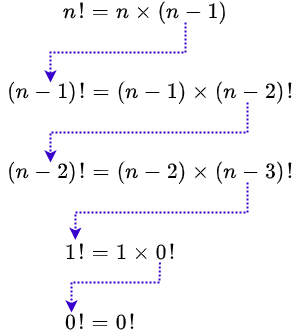
Earlier version of the draw.io export fig/再帰.png (jkushida/prog2). Source tidied: cells renumbered, new cells last; positions are measured from the earlier drawing's top-left corner, leaving out a move shared by most shapes. Source of this version:
```xml
<mxGraphModel math="1">
  <root>
    <mxCell id="0" />
    <mxCell id="1" parent="0" />
    <mxCell id="2" value="`n! = n \times (n-1)`" style="text;html=1;strokeColor=none;fillColor=none;align=center;verticalAlign=middle;whiteSpace=wrap;rounded=0;fontSize=18;" parent="1" vertex="1">
      <mxGeometry x="65" width="160" height="20" as="geometry" />
    </mxCell>
    <mxCell id="3" value="`(n-1)! = (n-1) \times (n-2)!`" style="text;html=1;strokeColor=none;fillColor=none;align=center;verticalAlign=middle;whiteSpace=wrap;rounded=0;fontSize=18;" parent="1" vertex="1">
      <mxGeometry x="50" y="80" width="200" height="20" as="geometry" />
    </mxCell>
    <mxCell id="4" value="`(n-2)! = (n-2) \times (n-3)!`" style="text;html=1;strokeColor=none;fillColor=none;align=center;verticalAlign=middle;whiteSpace=wrap;rounded=0;fontSize=18;" parent="1" vertex="1">
      <mxGeometry x="50" y="160" width="200" height="20" as="geometry" />
    </mxCell>
    <mxCell id="5" value="`1! = 1 \times 0&lt;br&gt;!`" style="text;html=1;strokeColor=none;fillColor=none;align=center;verticalAlign=middle;whiteSpace=wrap;rounded=0;fontSize=18;" parent="1" vertex="1">
      <mxGeometry x="20" y="240" width="200" height="20" as="geometry" />
    </mxCell>
    <mxCell id="6" value="`0! = 0&lt;br&gt;!`" style="text;html=1;strokeColor=none;fillColor=none;align=center;verticalAlign=middle;whiteSpace=wrap;rounded=0;fontSize=18;" parent="1" vertex="1">
      <mxGeometry y="310" width="200" height="20" as="geometry" />
    </mxCell>
    <mxCell id="7" style="endArrow=classic;html=1;fontSize=18;fontColor=#000000;exitX=0.75;exitY=1;exitDx=0;exitDy=0;entryX=0;entryY=0;entryDx=0;entryDy=0;rounded=0;fillColor=#6a00ff;strokeColor=#3700CC;strokeWidth=2;dashed=1;dashPattern=1 1;" parent="1" edge="1" source="2" target="3">
      <mxGeometry relative="1" as="geometry">
        <Array as="points">
          <mxPoint x="185" y="50" />
          <mxPoint x="50" y="50" />
        </Array>
      </mxGeometry>
    </mxCell>
    <mxCell id="8" style="endArrow=classic;html=1;fontSize=18;fontColor=#000000;entryX=0;entryY=0;entryDx=0;entryDy=0;rounded=0;fillColor=#6a00ff;strokeColor=#3700CC;strokeWidth=2;dashed=1;dashPattern=1 1;" parent="1" edge="1" target="4">
      <mxGeometry relative="1" as="geometry">
        <mxPoint x="247" y="100" as="sourcePoint" />
        <Array as="points">
          <mxPoint x="247" y="130" />
          <mxPoint x="50" y="130" />
        </Array>
      </mxGeometry>
    </mxCell>
    <mxCell id="9" style="endArrow=classic;html=1;fontSize=18;fontColor=#000000;entryX=0.274;entryY=-0.134;entryDx=0;entryDy=0;rounded=0;fillColor=#6a00ff;strokeColor=#3700CC;strokeWidth=2;dashed=1;dashPattern=1 1;entryPerimeter=0;" parent="1" edge="1" target="5">
      <mxGeometry relative="1" as="geometry">
        <mxPoint x="247" y="180" as="sourcePoint" />
        <Array as="points">
          <mxPoint x="247" y="210" />
          <mxPoint x="75" y="210" />
        </Array>
      </mxGeometry>
    </mxCell>
    <mxCell id="10" style="endArrow=classic;html=1;fontSize=18;fontColor=#000000;exitX=0.692;exitY=1.003;exitDx=0;exitDy=0;rounded=0;fillColor=#6a00ff;strokeColor=#3700CC;strokeWidth=2;dashed=1;dashPattern=1 1;exitPerimeter=0;" parent="1" edge="1">
      <mxGeometry relative="1" as="geometry">
        <mxPoint x="159.4" y="260.1" as="sourcePoint" />
        <mxPoint x="71" y="310" as="targetPoint" />
        <Array as="points">
          <mxPoint x="159" y="280" />
          <mxPoint x="71" y="280" />
        </Array>
      </mxGeometry>
    </mxCell>
  </root>
</mxGraphModel>
```
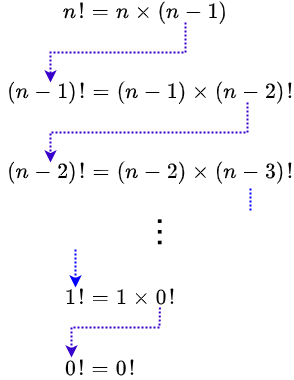
The same file after the commit.

Diff of the diagram source:
```diff
@@ -12,10 +12,10 @@
       <mxGeometry x="50" y="160" width="200" height="20" as="geometry" />
     </mxCell>
     <mxCell id="5" value="`1! = 1 \times 0&lt;br&gt;!`" style="text;html=1;strokeColor=none;fillColor=none;align=center;verticalAlign=middle;whiteSpace=wrap;rounded=0;fontSize=18;" parent="1" vertex="1">
-      <mxGeometry x="20" y="240" width="200" height="20" as="geometry" />
+      <mxGeometry x="20" y="285" width="200" height="20" as="geometry" />
     </mxCell>
     <mxCell id="6" value="`0! = 0&lt;br&gt;!`" style="text;html=1;strokeColor=none;fillColor=none;align=center;verticalAlign=middle;whiteSpace=wrap;rounded=0;fontSize=18;" parent="1" vertex="1">
-      <mxGeometry y="310" width="200" height="20" as="geometry" />
+      <mxGeometry y="356" width="200" height="20" as="geometry" />
     </mxCell>
     <mxCell id="7" style="endArrow=classic;html=1;fontSize=18;fontColor=#000000;exitX=0.75;exitY=1;exitDx=0;exitDy=0;entryX=0;entryY=0;entryDx=0;entryDy=0;rounded=0;fillColor=#6a00ff;strokeColor=#3700CC;strokeWidth=2;dashed=1;dashPattern=1 1;" parent="1" edge="1" source="2" target="3">
       <mxGeometry relative="1" as="geometry">
@@ -34,24 +34,30 @@
         </Array>
       </mxGeometry>
     </mxCell>
-    <mxCell id="9" style="endArrow=classic;html=1;fontSize=18;fontColor=#000000;entryX=0.274;entryY=-0.134;entryDx=0;entryDy=0;rounded=0;fillColor=#6a00ff;strokeColor=#3700CC;strokeWidth=2;dashed=1;dashPattern=1 1;entryPerimeter=0;" parent="1" edge="1" target="5">
-      <mxGeometry relative="1" as="geometry">
-        <mxPoint x="247" y="180" as="sourcePoint" />
-        <Array as="points">
-          <mxPoint x="247" y="210" />
-          <mxPoint x="75" y="210" />
-        </Array>
-      </mxGeometry>
-    </mxCell>
     <mxCell id="10" style="endArrow=classic;html=1;fontSize=18;fontColor=#000000;exitX=0.692;exitY=1.003;exitDx=0;exitDy=0;rounded=0;fillColor=#6a00ff;strokeColor=#3700CC;strokeWidth=2;dashed=1;dashPattern=1 1;exitPerimeter=0;" parent="1" edge="1">
       <mxGeometry relative="1" as="geometry">
-        <mxPoint x="159.4" y="260.1" as="sourcePoint" />
-        <mxPoint x="71" y="310" as="targetPoint" />
+        <mxPoint x="159.4" y="305.1" as="sourcePoint" />
+        <mxPoint x="71" y="355" as="targetPoint" />
         <Array as="points">
-          <mxPoint x="159" y="280" />
-          <mxPoint x="71" y="280" />
+          <mxPoint x="159" y="325" />
+          <mxPoint x="71" y="325" />
         </Array>
       </mxGeometry>
     </mxCell>
+    <mxCell id="11" style="endArrow=classic;html=1;strokeWidth=2;strokeColor=#0000FF;dashed=1;dashPattern=1 1;" parent="1" edge="1">
+      <mxGeometry relative="1" as="geometry">
+        <mxPoint x="75" y="247" as="sourcePoint" />
+        <mxPoint x="75" y="285" as="targetPoint" />
+      </mxGeometry>
+    </mxCell>
+    <mxCell id="12" style="endArrow=none;html=1;strokeWidth=2;strokeColor=#0000FF;dashed=1;dashPattern=1 1;endFill=0;" parent="1" edge="1">
+      <mxGeometry relative="1" as="geometry">
+        <mxPoint x="250" y="186" as="sourcePoint" />
+        <mxPoint x="250" y="210" as="targetPoint" />
+      </mxGeometry>
+    </mxCell>
+    <mxCell id="13" value="…" style="text;html=1;strokeColor=none;fillColor=none;align=center;verticalAlign=middle;whiteSpace=wrap;rounded=0;rotation=90;fontSize=32;" parent="1" vertex="1">
+      <mxGeometry x="150" y="220" width="40" height="20" as="geometry" />
+    </mxCell>
   </root>
 </mxGraphModel>
```
